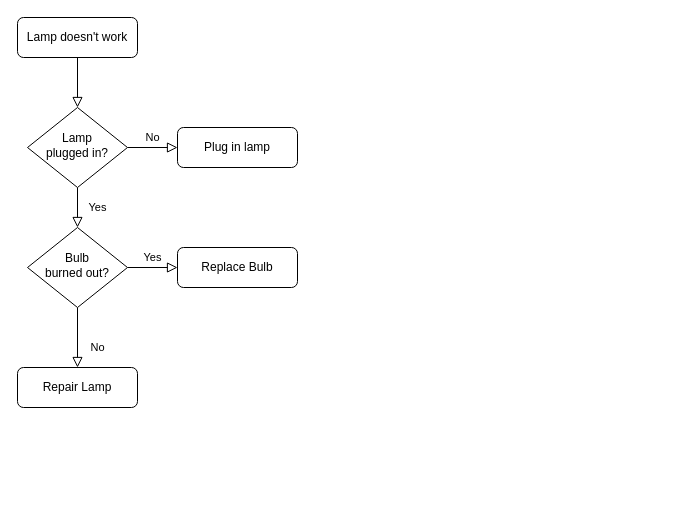
Above: 传统灰度方案.drawio in VikiLee/wechat_share (draw.io), before the change. Source tidied: cells renumbered, new cells numbered last; positions are measured from the earlier drawing's top-left corner, leaving out a move shared by most shapes. Both pictures are drawn from the tidied source at 100%, with x=0, y=0 at pixel (17, 17).
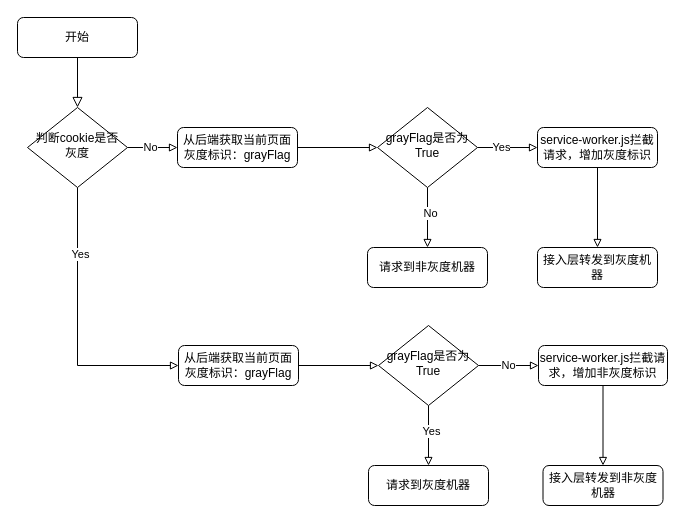
The same page after the edit.

Commit message:
多维度灰度方案.drawio

The edit, as a diff of the source:
```diff
@@
-    <mxCell id="3" value="Lamp doesn't work" style="rounded=1;whiteSpace=wrap;html=1;fontSize=12;glass=0;strokeWidth=1;shadow=0;" parent="1" vertex="1">
+    <mxCell id="3" value="开始" style="rounded=1;whiteSpace=wrap;html=1;fontSize=12;glass=0;strokeWidth=1;shadow=0;" parent="1" vertex="1">
       <mxGeometry width="120" height="40" as="geometry" />
     </mxCell>
-    <mxCell id="4" value="Yes" style="rounded=0;html=1;jettySize=auto;fontSize=11;endArrow=block;endFill=0;endSize=8;strokeWidth=1;shadow=0;labelBackgroundColor=none;edgeStyle=orthogonalEdgeStyle;" parent="1" edge="1" source="6" target="10">
-      <mxGeometry y="20" relative="1" as="geometry" />
-    </mxCell>
+    <mxCell id="13" style="edgeStyle=orthogonalEdgeStyle;rounded=0;jettySize=auto;html=1;exitX=0.5;exitY=1;exitDx=0;exitDy=0;entryX=0;entryY=0.5;entryDx=0;entryDy=0;endArrow=block;endFill=0;" parent="1" edge="1" source="6" target="27">
+      <mxGeometry relative="1" as="geometry" />
+    </mxCell>
+    <mxCell id="14" value="Yes" style="edgeLabel;html=1;align=center;verticalAlign=middle;" parent="13" vertex="1">
+      <mxGeometry x="-0.53" y="2" relative="1" as="geometry" />
+    </mxCell>
-    <mxCell id="5" value="No" style="edgeStyle=orthogonalEdgeStyle;rounded=0;html=1;jettySize=auto;fontSize=11;endArrow=block;endFill=0;endSize=8;strokeWidth=1;shadow=0;labelBackgroundColor=none;" parent="1" edge="1" source="6" target="7">
-      <mxGeometry y="10" relative="1" as="geometry" />
+    <mxCell id="5" style="edgeStyle=orthogonalEdgeStyle;rounded=0;jettySize=auto;html=1;endArrow=block;endFill=0;" parent="1" edge="1" source="6" target="7">
+      <mxGeometry relative="1" as="geometry" />
     </mxCell>
+    <mxCell id="15" value="No" style="edgeLabel;html=1;align=center;verticalAlign=middle;" parent="5" vertex="1">
+      <mxGeometry x="-0.12" y="1" relative="1" as="geometry" />
+    </mxCell>
-    <mxCell id="6" value="Lamp&lt;br&gt;plugged in?" style="rhombus;whiteSpace=wrap;html=1;shadow=0;fontFamily=Helvetica;fontSize=12;align=center;strokeWidth=1;spacing=6;spacingTop=-4;" parent="1" vertex="1">
+    <mxCell id="6" value="判断cookie是否灰度" style="rhombus;whiteSpace=wrap;html=1;shadow=0;fontFamily=Helvetica;fontSize=12;align=center;strokeWidth=1;spacing=6;spacingTop=-4;" parent="1" vertex="1">
       <mxGeometry x="10" y="90" width="100" height="80" as="geometry" />
     </mxCell>
+    <mxCell id="16" style="edgeStyle=orthogonalEdgeStyle;rounded=0;jettySize=auto;html=1;endArrow=block;endFill=0;" parent="1" edge="1" source="7" target="21">
+      <mxGeometry relative="1" as="geometry" />
+    </mxCell>
-    <mxCell id="7" value="Plug in lamp" style="rounded=1;whiteSpace=wrap;html=1;fontSize=12;glass=0;strokeWidth=1;shadow=0;" parent="1" vertex="1">
+    <mxCell id="7" value="从后端获取当前页面灰度标识：grayFlag" style="rounded=1;whiteSpace=wrap;html=1;fontSize=12;glass=0;strokeWidth=1;shadow=0;" parent="1" vertex="1">
       <mxGeometry x="160" y="110" width="120" height="40" as="geometry" />
     </mxCell>
-    <mxCell id="8" value="No" style="rounded=0;html=1;jettySize=auto;fontSize=11;endArrow=block;endFill=0;endSize=8;strokeWidth=1;shadow=0;labelBackgroundColor=none;edgeStyle=orthogonalEdgeStyle;" parent="1" edge="1" source="10" target="11">
-      <mxGeometry x="0.33" y="20" relative="1" as="geometry" />
-    </mxCell>
-    <mxCell id="9" value="Yes" style="edgeStyle=orthogonalEdgeStyle;rounded=0;html=1;jettySize=auto;fontSize=11;endArrow=block;endFill=0;endSize=8;strokeWidth=1;shadow=0;labelBackgroundColor=none;" parent="1" edge="1" source="10" target="12">
-      <mxGeometry y="10" relative="1" as="geometry" />
-    </mxCell>
-    <mxCell id="10" value="Bulb&lt;br&gt;burned out?" style="rhombus;whiteSpace=wrap;html=1;shadow=0;fontFamily=Helvetica;fontSize=12;align=center;strokeWidth=1;spacing=6;spacingTop=-4;" parent="1" vertex="1">
-      <mxGeometry x="10" y="210" width="100" height="80" as="geometry" />
-    </mxCell>
-    <mxCell id="11" value="Repair Lamp" style="rounded=1;whiteSpace=wrap;html=1;fontSize=12;glass=0;strokeWidth=1;shadow=0;" parent="1" vertex="1">
-      <mxGeometry y="350" width="120" height="40" as="geometry" />
-    </mxCell>
-    <mxCell id="12" value="Replace Bulb" style="rounded=1;whiteSpace=wrap;html=1;fontSize=12;glass=0;strokeWidth=1;shadow=0;" parent="1" vertex="1">
-      <mxGeometry x="160" y="230" width="120" height="40" as="geometry" />
-    </mxCell>
+    <mxCell id="17" style="edgeStyle=orthogonalEdgeStyle;rounded=0;jettySize=auto;html=1;endArrow=block;endFill=0;" parent="1" edge="1" source="21" target="23">
+      <mxGeometry relative="1" as="geometry" />
+    </mxCell>
+    <mxCell id="18" value="Yes" style="edgeLabel;html=1;align=center;verticalAlign=middle;" parent="17" vertex="1">
+      <mxGeometry x="-0.23" y="1" relative="1" as="geometry" />
+    </mxCell>
+    <mxCell id="19" style="edgeStyle=orthogonalEdgeStyle;rounded=0;jettySize=auto;html=1;endArrow=block;endFill=0;" parent="1" edge="1" source="21" target="25">
+      <mxGeometry relative="1" as="geometry" />
+    </mxCell>
+    <mxCell id="20" value="No" style="edgeLabel;html=1;align=center;verticalAlign=middle;" parent="19" vertex="1">
+      <mxGeometry x="-0.17" y="2" relative="1" as="geometry" />
+    </mxCell>
+    <mxCell id="21" value="grayFlag是否为True" style="rhombus;whiteSpace=wrap;html=1;shadow=0;fontFamily=Helvetica;fontSize=12;align=center;strokeWidth=1;spacing=6;spacingTop=-4;" parent="1" vertex="1">
+      <mxGeometry x="360" y="90" width="100" height="80" as="geometry" />
+    </mxCell>
+    <mxCell id="22" style="edgeStyle=orthogonalEdgeStyle;rounded=0;jettySize=auto;html=1;endArrow=block;endFill=0;" parent="1" edge="1" source="23" target="24">
+      <mxGeometry relative="1" as="geometry" />
+    </mxCell>
+    <mxCell id="23" value="service-worker.js拦截请求，增加灰度标识" style="rounded=1;whiteSpace=wrap;html=1;fontSize=12;glass=0;strokeWidth=1;shadow=0;" parent="1" vertex="1">
+      <mxGeometry x="520" y="110" width="120" height="40" as="geometry" />
+    </mxCell>
+    <mxCell id="24" value="接入层转发到灰度机器" style="rounded=1;whiteSpace=wrap;html=1;fontSize=12;glass=0;strokeWidth=1;shadow=0;" parent="1" vertex="1">
+      <mxGeometry x="520" y="230" width="120" height="40" as="geometry" />
+    </mxCell>
+    <mxCell id="25" value="请求到非灰度机器" style="rounded=1;whiteSpace=wrap;html=1;fontSize=12;glass=0;strokeWidth=1;shadow=0;" parent="1" vertex="1">
+      <mxGeometry x="350" y="230" width="120" height="40" as="geometry" />
+    </mxCell>
+    <mxCell id="26" style="edgeStyle=orthogonalEdgeStyle;rounded=0;jettySize=auto;html=1;endArrow=block;endFill=0;" parent="1" edge="1" source="27" target="31">
+      <mxGeometry relative="1" as="geometry" />
+    </mxCell>
+    <mxCell id="27" value="从后端获取当前页面灰度标识：grayFlag" style="rounded=1;whiteSpace=wrap;html=1;fontSize=12;glass=0;strokeWidth=1;shadow=0;" parent="1" vertex="1">
+      <mxGeometry x="161" y="328" width="120" height="40" as="geometry" />
+    </mxCell>
+    <mxCell id="28" value="No" style="edgeStyle=orthogonalEdgeStyle;rounded=0;jettySize=auto;html=1;endArrow=block;endFill=0;" parent="1" edge="1" source="31" target="33">
+      <mxGeometry relative="1" as="geometry" />
+    </mxCell>
+    <mxCell id="29" style="edgeStyle=orthogonalEdgeStyle;rounded=0;jettySize=auto;html=1;endArrow=block;endFill=0;" parent="1" edge="1" source="31" target="35">
+      <mxGeometry relative="1" as="geometry" />
+    </mxCell>
+    <mxCell id="30" value="Yes" style="edgeLabel;html=1;align=center;verticalAlign=middle;" parent="29" vertex="1">
+      <mxGeometry x="-0.17" y="2" relative="1" as="geometry" />
+    </mxCell>
+    <mxCell id="31" value="grayFlag是否为True" style="rhombus;whiteSpace=wrap;html=1;shadow=0;fontFamily=Helvetica;fontSize=12;align=center;strokeWidth=1;spacing=6;spacingTop=-4;" parent="1" vertex="1">
+      <mxGeometry x="361" y="308" width="100" height="80" as="geometry" />
+    </mxCell>
+    <mxCell id="32" style="edgeStyle=orthogonalEdgeStyle;rounded=0;jettySize=auto;html=1;endArrow=block;endFill=0;" parent="1" edge="1" source="33" target="34">
+      <mxGeometry relative="1" as="geometry" />
+    </mxCell>
+    <mxCell id="33" value="service-worker.js拦截请求，增加非灰度标识" style="rounded=1;whiteSpace=wrap;html=1;fontSize=12;glass=0;strokeWidth=1;shadow=0;" parent="1" vertex="1">
+      <mxGeometry x="521" y="328" width="129" height="40" as="geometry" />
+    </mxCell>
+    <mxCell id="34" value="接入层转发到非灰度机器" style="rounded=1;whiteSpace=wrap;html=1;fontSize=12;glass=0;strokeWidth=1;shadow=0;" parent="1" vertex="1">
+      <mxGeometry x="525.5" y="448" width="120" height="40" as="geometry" />
+    </mxCell>
+    <mxCell id="35" value="请求到灰度机器" style="rounded=1;whiteSpace=wrap;html=1;fontSize=12;glass=0;strokeWidth=1;shadow=0;" parent="1" vertex="1">
+      <mxGeometry x="351" y="448" width="120" height="40" as="geometry" />
+    </mxCell>
```
